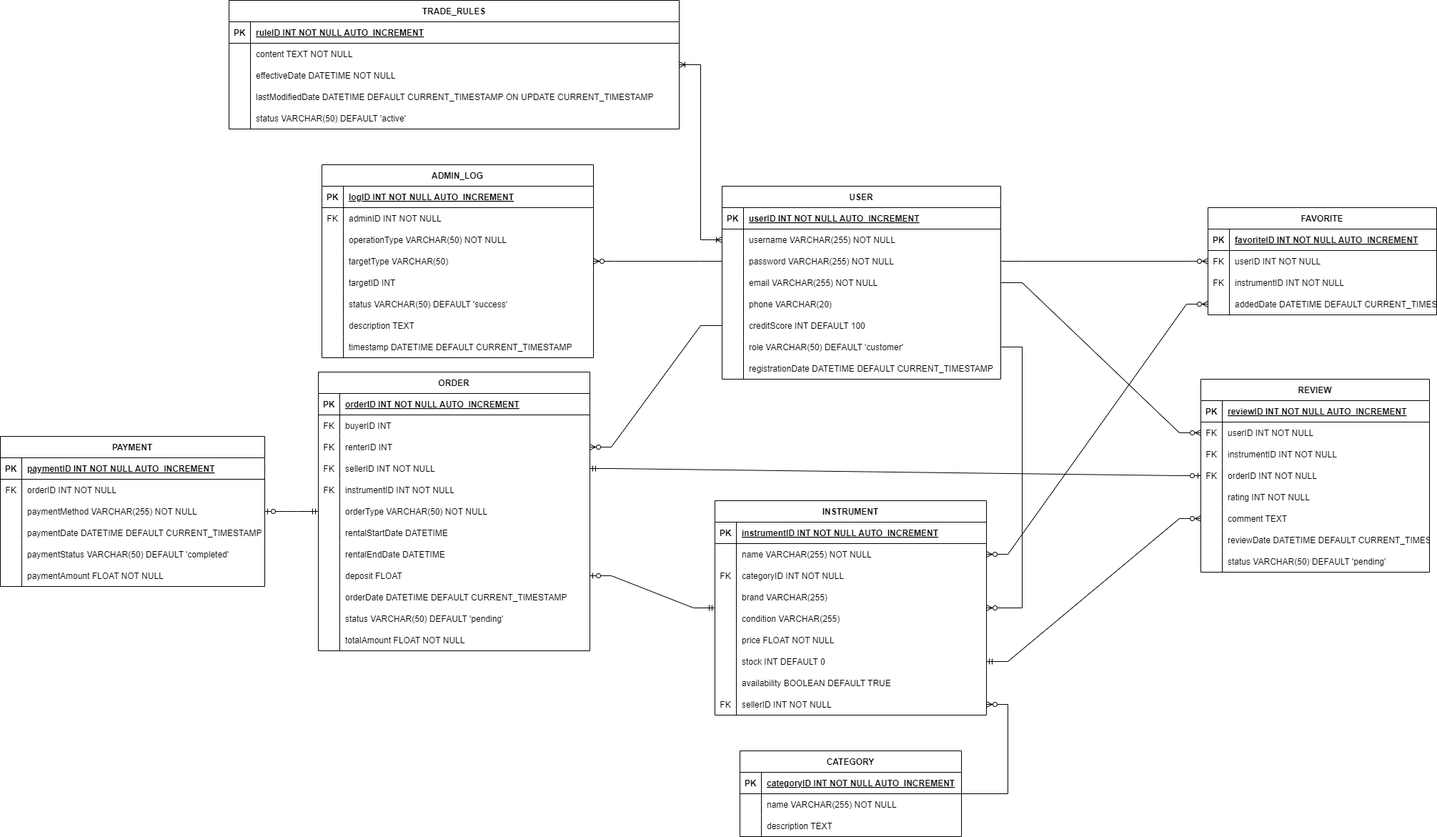
Above: 文档/需求分析规约文档/三种建模/数据建模.drawio.png in w1ntercube/TJ-SE-Design (draw.io), before the change. Source tidied: cells renumbered, new cells last; positions are measured from the earlier drawing's top-left corner, leaving out a move shared by most shapes.
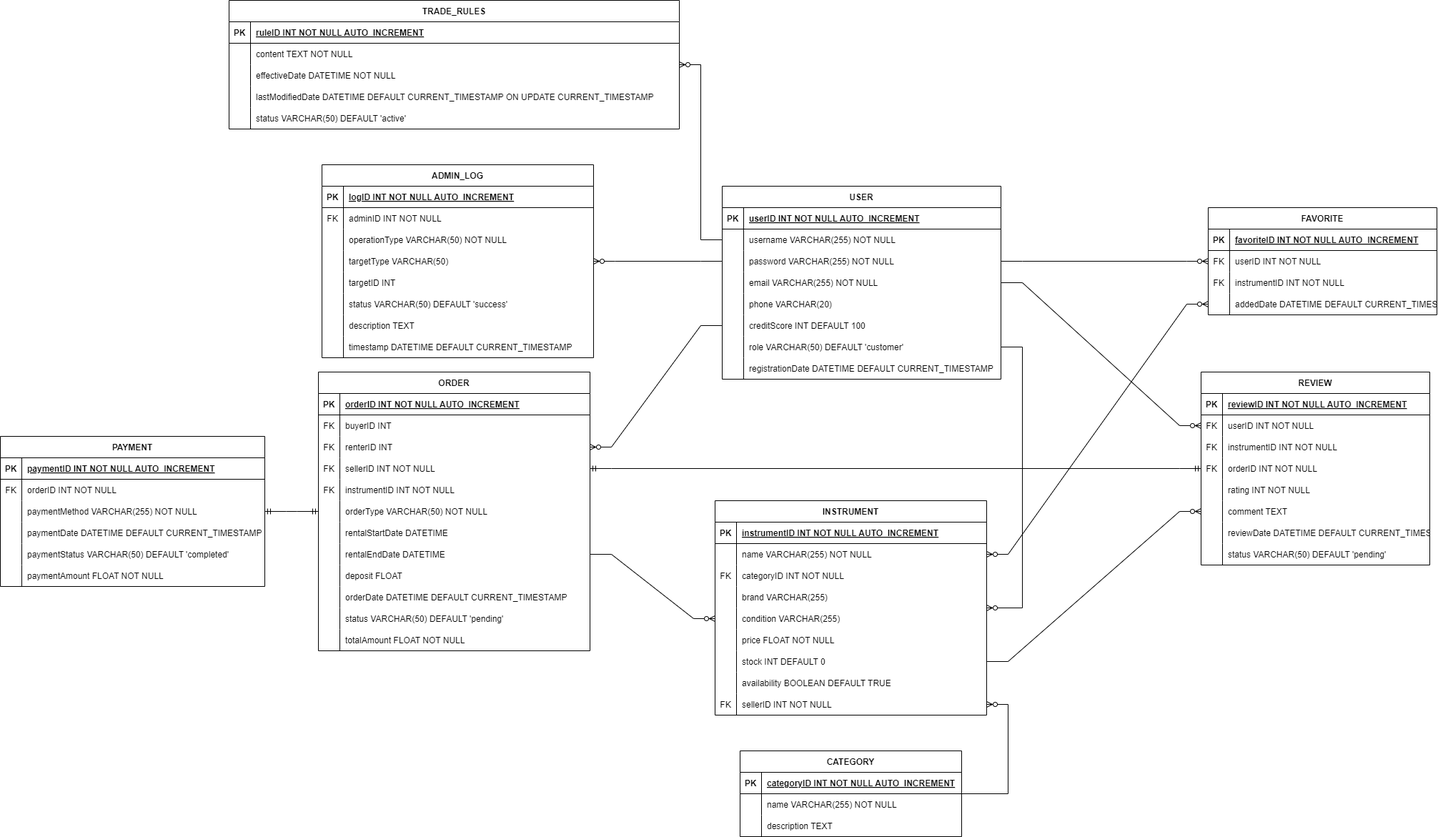
Later version of the same file.

Commit message:
重新生成了图像

The edit, as a diff of the source:
```diff
@@ -288,7 +288,7 @@
       <mxGeometry x="30" width="290" height="30" as="geometry" />
     </mxCell>
     <mxCell id="97" value="REVIEW" style="shape=table;startSize=30;rowLines=0;fontStyle=1;align=center;" parent="1" vertex="1">
-      <mxGeometry x="1680" y="760" width="320" height="270" as="geometry" />
+      <mxGeometry x="1680" y="750" width="320" height="270" as="geometry" />
     </mxCell>
     <mxCell id="98" style="shape=tableRow;horizontal=0;startSize=0;swimlaneHead=0;swimlaneBody=0;fillColor=none;strokeColor=inherit;top=0;left=0;right=0;bottom=1;" parent="97" vertex="1">
       <mxGeometry y="30" width="320" height="30" as="geometry" />
@@ -398,19 +398,6 @@
         </Array>
       </mxGeometry>
     </mxCell>
-    <mxCell id="127" style="edgeStyle=entityRelationEdgeStyle;fontSize=12;html=1;endArrow=ERzeroToOne;startArrow=ERmandOne;rounded=0;" parent="1" edge="1" source="132" target="65">
-      <mxGeometry relative="1" as="geometry">
-        <Array as="points">
-          <mxPoint x="630" y="870" />
-        </Array>
-      </mxGeometry>
-    </mxCell>
-    <mxCell id="128" style="edgeStyle=entityRelationEdgeStyle;fontSize=12;html=1;endArrow=ERzeroToMany;startArrow=ERmandOne;rounded=0;" parent="1" edge="1" source="56" target="113">
-      <mxGeometry relative="1" as="geometry" />
-    </mxCell>
-    <mxCell id="129" style="edgeStyle=entityRelationEdgeStyle;fontSize=12;html=1;endArrow=ERzeroToOne;startArrow=ERmandOne;rounded=0;" parent="1" edge="1" source="37" target="157">
-      <mxGeometry relative="1" as="geometry" />
-    </mxCell>
     <mxCell id="130" style="edgeStyle=entityRelationEdgeStyle;fontSize=12;html=1;endArrow=ERzeroToMany;endFill=1;rounded=0;" parent="1" edge="1" source="27" target="62">
       <mxGeometry relative="1" as="geometry">
         <Array as="points">
@@ -655,15 +642,27 @@
     <mxCell id="209" value="status VARCHAR(50) DEFAULT 'active'" style="shape=partialRectangle;overflow=hidden;fillColor=none;align=left;strokeColor=inherit;top=0;left=0;bottom=0;right=0;spacingLeft=6;" parent="207" vertex="1">
       <mxGeometry x="30" width="600" height="30" as="geometry" />
     </mxCell>
+    <mxCell id="212" style="edgeStyle=entityRelationEdgeStyle;fontSize=12;html=1;endArrow=ERzeroToMany;endFill=1;rounded=0;" parent="1" edge="1" source="154" target="50">
+      <mxGeometry relative="1" as="geometry" />
+    </mxCell>
+    <mxCell id="128" style="edgeStyle=entityRelationEdgeStyle;fontSize=12;html=1;endArrow=ERzeroToMany;endFill=1;rounded=0;" parent="1" edge="1" source="56" target="113">
+      <mxGeometry relative="1" as="geometry">
+        <Array as="points">
+          <mxPoint x="1270" y="540" />
+          <mxPoint x="1160" y="550" />
+          <mxPoint x="1170" y="110" />
+          <mxPoint x="1100" y="40" />
+        </Array>
+      </mxGeometry>
+    </mxCell>
-    <mxCell id="210" style="edgeStyle=entityRelationEdgeStyle;fontSize=12;html=1;endArrow=ERoneToMany;startArrow=ERoneToMany;rounded=0;" parent="1" edge="1" source="6" target="194">
+    <mxCell id="210" style="edgeStyle=entityRelationEdgeStyle;fontSize=12;html=1;endArrow=ERzeroToMany;endFill=1;rounded=0;" parent="1" edge="1" source="6" target="194">
       <mxGeometry relative="1" as="geometry" />
     </mxCell>
+    <mxCell id="213" style="edgeStyle=entityRelationEdgeStyle;fontSize=12;html=1;endArrow=ERmandOne;startArrow=ERmandOne;rounded=0;" parent="1" edge="1" source="72" target="148">
+      <mxGeometry relative="1" as="geometry" />
+    </mxCell>
-    <mxCell id="211" style="edgeStyle=entityRelationEdgeStyle;fontSize=12;html=1;endArrow=ERzeroToOne;startArrow=ERmandOne;rounded=0;" parent="1" edge="1" source="142" target="107">
-      <mxGeometry relative="1" as="geometry">
-        <Array as="points">
-          <mxPoint x="1280" y="765" />
-        </Array>
-      </mxGeometry>
+    <mxCell id="211" style="edgeStyle=entityRelationEdgeStyle;fontSize=12;html=1;endArrow=ERmandOne;startArrow=ERmandOne;rounded=0;" parent="1" edge="1" source="142" target="107">
+      <mxGeometry relative="1" as="geometry" />
     </mxCell>
   </root>
 </mxGraphModel>
```
